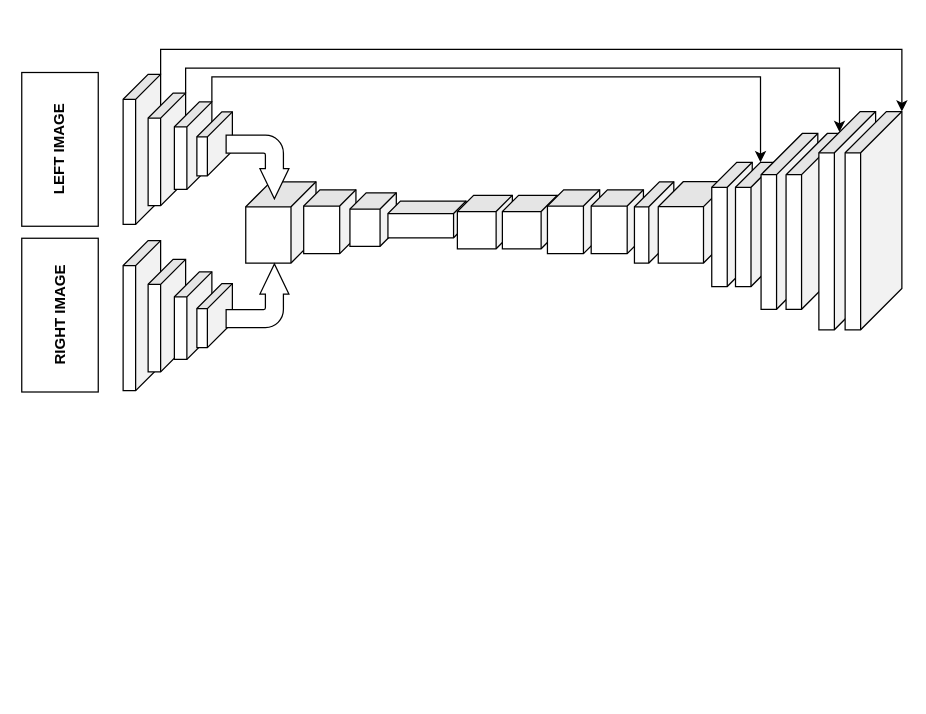
Earlier version of the draw.io diagram Untitled Diagram.drawio (APVGITHUB/stereo-fpga). Source tidied: cells renumbered, new cells numbered last; positions are measured from the earlier drawing's top-left corner, leaving out a move shared by most shapes. Both pictures are drawn from the tidied source at 125%, with x=0, y=0 at pixel (-18, 68).
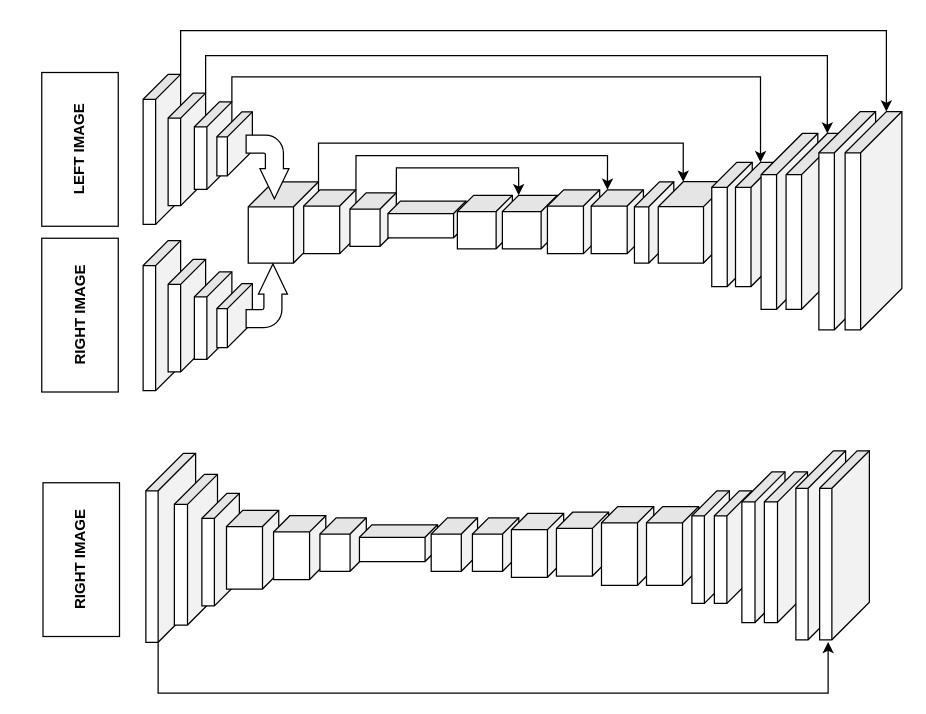
The same page after the edit.

Unchanged cells that the change refers to:
```xml
<mxCell id="18" style="shape=cube;whiteSpace=wrap;html=1;boundedLbl=1;backgroundOutline=1;darkOpacity=0.05;darkOpacity2=0.1;rotation=90;size=13;" parent="1" vertex="1">
  <mxGeometry x="251.8" y="102" width="51.1" height="41.8" as="geometry" />
</mxCell>
<mxCell id="19" style="shape=cube;whiteSpace=wrap;html=1;boundedLbl=1;backgroundOutline=1;darkOpacity=0.05;darkOpacity2=0.1;rotation=90;size=13;" parent="1" vertex="1">
  <mxGeometry x="290.6" y="102.6" width="42.8" height="37.1" as="geometry" />
</mxCell>
<mxCell id="22" style="shape=cube;whiteSpace=wrap;html=1;boundedLbl=1;backgroundOutline=1;darkOpacity=0.05;darkOpacity2=0.1;rotation=90;size=13;" parent="1" vertex="1">
  <mxGeometry x="416" y="101.1" width="42.8" height="44" as="geometry" />
</mxCell>
<mxCell id="24" style="shape=cube;whiteSpace=wrap;html=1;boundedLbl=1;backgroundOutline=1;darkOpacity=0.05;darkOpacity2=0.1;rotation=90;size=13;" parent="1" vertex="1">
  <mxGeometry x="481.8" y="102" width="51.1" height="41.8" as="geometry" />
</mxCell>
<mxCell id="26" style="shape=cube;whiteSpace=wrap;html=1;boundedLbl=1;backgroundOutline=1;darkOpacity=0.05;darkOpacity2=0.1;rotation=90;" parent="1" vertex="1">
  <mxGeometry x="535.7" y="95.3" width="65" height="56.2" as="geometry" />
</mxCell>
<mxCell id="28" style="shape=cube;whiteSpace=wrap;html=1;boundedLbl=1;backgroundOutline=1;darkOpacity=0.05;darkOpacity2=0.1;rotation=90;" parent="1" vertex="1">
  <mxGeometry x="568.4" y="108.8" width="99.4" height="32.4" as="geometry" />
</mxCell>
<mxCell id="30" style="shape=cube;whiteSpace=wrap;html=1;boundedLbl=1;backgroundOutline=1;darkOpacity=0.05;darkOpacity2=0.1;rotation=90;size=33;" parent="1" vertex="1">
  <mxGeometry x="594.7" y="99.9" width="140.7" height="45.4" as="geometry" />
</mxCell>
<mxCell id="31" style="shape=cube;whiteSpace=wrap;html=1;boundedLbl=1;backgroundOutline=1;darkOpacity=0.05;darkOpacity2=0.1;rotation=90;size=33;" parent="1" vertex="1">
  <mxGeometry x="604" y="99.3" width="174.6" height="45.4" as="geometry" />
</mxCell>
<mxCell id="32" style="shape=cube;whiteSpace=wrap;html=1;boundedLbl=1;backgroundOutline=1;darkOpacity=0.05;darkOpacity2=0.1;rotation=90;size=33;" parent="1" vertex="1">
  <mxGeometry x="625" y="99.3" width="174.6" height="45.4" as="geometry" />
</mxCell>
```

What changed in the source:
```diff
@@
-    <mxCell id="2" style="edgeStyle=orthogonalEdgeStyle;rounded=0;jettySize=auto;html=1;exitX=0;exitY=0;exitDx=0;exitDy=0;exitPerimeter=0;entryX=0;entryY=0;entryDx=0;entryDy=0;entryPerimeter=0;" parent="1" edge="1" source="3" target="32">
-      <mxGeometry relative="1" as="geometry" />
+    <mxCell id="2" style="edgeStyle=orthogonalEdgeStyle;rounded=0;jettySize=auto;html=1;exitX=0;exitY=0;exitDx=0;exitDy=0;exitPerimeter=0;entryX=0;entryY=0;entryDx=0;entryDy=12.399999999999999;entryPerimeter=0;" parent="1" edge="1" source="3" target="32">
+      <mxGeometry relative="1" as="geometry">
+        <Array as="points">
+          <mxPoint x="158" y="-30" />
+          <mxPoint x="723" y="-30" />
+        </Array>
+      </mxGeometry>
     </mxCell>
     <mxCell id="3" style="shape=cube;whiteSpace=wrap;html=1;boundedLbl=1;backgroundOutline=1;darkOpacity=0.05;darkOpacity2=0.1;rotation=90;" parent="1" vertex="1">
-      <mxGeometry x="67" y="50" width="120" height="30" as="geometry" />
+      <mxGeometry x="83" y="50" width="120" height="30" as="geometry" />
     </mxCell>
-    <mxCell id="4" style="edgeStyle=orthogonalEdgeStyle;rounded=0;jettySize=auto;html=1;exitX=0;exitY=0;exitDx=0;exitDy=0;exitPerimeter=0;entryX=0;entryY=0;entryDx=16.5;entryDy=28.9;entryPerimeter=0;" parent="1" edge="1" source="5" target="31">
+    <mxCell id="4" style="edgeStyle=orthogonalEdgeStyle;rounded=0;jettySize=auto;html=1;exitX=0;exitY=0;exitDx=0;exitDy=0;exitPerimeter=0;entryX=0;entryY=0;entryDx=0;entryDy=12.399999999999999;entryPerimeter=0;" parent="1" edge="1" source="5" target="30">
       <mxGeometry relative="1" as="geometry">
         <Array as="points">
-          <mxPoint x="162" />
-          <mxPoint x="685" />
+          <mxPoint x="178" y="-10" />
+          <mxPoint x="675" y="-10" />
         </Array>
       </mxGeometry>
     </mxCell>
     <mxCell id="5" style="shape=cube;whiteSpace=wrap;html=1;boundedLbl=1;backgroundOutline=1;darkOpacity=0.05;darkOpacity2=0.1;rotation=90;" parent="1" vertex="1">
-      <mxGeometry x="102" y="50" width="90" height="30" as="geometry" />
+      <mxGeometry x="118" y="50" width="90" height="30" as="geometry" />
     </mxCell>
     <mxCell id="6" style="edgeStyle=orthogonalEdgeStyle;rounded=0;jettySize=auto;html=1;exitX=0;exitY=0;exitDx=0;exitDy=0;exitPerimeter=0;entryX=0;entryY=0;entryDx=0;entryDy=12.369999999999997;entryPerimeter=0;" parent="1" edge="1" source="7" target="28">
-      <mxGeometry relative="1" as="geometry">
-        <Array as="points">
-          <mxPoint x="183" y="7" />
-          <mxPoint x="622" y="7" />
-        </Array>
-      </mxGeometry>
+      <mxGeometry relative="1" as="geometry" />
     </mxCell>
     <mxCell id="7" style="shape=cube;whiteSpace=wrap;html=1;boundedLbl=1;backgroundOutline=1;darkOpacity=0.05;darkOpacity2=0.1;rotation=90;" parent="1" vertex="1">
-      <mxGeometry x="133" y="47" width="70" height="30" as="geometry" />
+      <mxGeometry x="149" y="47" width="70" height="30" as="geometry" />
     </mxCell>
     <mxCell id="8" style="shape=cube;whiteSpace=wrap;html=1;boundedLbl=1;backgroundOutline=1;darkOpacity=0.05;darkOpacity2=0.1;rotation=90;" parent="1" vertex="1">
-      <mxGeometry x="67" y="183" width="120" height="30" as="geometry" />
+      <mxGeometry x="83" y="183" width="120" height="30" as="geometry" />
     </mxCell>
     <mxCell id="9" style="shape=cube;whiteSpace=wrap;html=1;boundedLbl=1;backgroundOutline=1;darkOpacity=0.05;darkOpacity2=0.1;rotation=90;" parent="1" vertex="1">
-      <mxGeometry x="102" y="183" width="90" height="30" as="geometry" />
+      <mxGeometry x="118" y="183" width="90" height="30" as="geometry" />
     </mxCell>
     <mxCell id="10" style="shape=cube;whiteSpace=wrap;html=1;boundedLbl=1;backgroundOutline=1;darkOpacity=0.05;darkOpacity2=0.1;rotation=90;" parent="1" vertex="1">
-      <mxGeometry x="133" y="183" width="70" height="30" as="geometry" />
+      <mxGeometry x="149" y="183" width="70" height="30" as="geometry" />
     </mxCell>
     <mxCell id="11" style="shape=cube;whiteSpace=wrap;html=1;boundedLbl=1;backgroundOutline=1;darkOpacity=0.05;darkOpacity2=0.1;rotation=90;" parent="1" vertex="1">
-      <mxGeometry x="159.6" y="46.4" width="51.2" height="28.4" as="geometry" />
+      <mxGeometry x="175.6" y="46.4" width="51.2" height="28.4" as="geometry" />
     </mxCell>
     <mxCell id="12" style="shape=cube;whiteSpace=wrap;html=1;boundedLbl=1;backgroundOutline=1;darkOpacity=0.05;darkOpacity2=0.1;rotation=90;" parent="1" vertex="1">
-      <mxGeometry x="159.6" y="183.8" width="51.2" height="28.4" as="geometry" />
+      <mxGeometry x="175.6" y="183.8" width="51.2" height="28.4" as="geometry" />
     </mxCell>
     <mxCell id="13" value="&lt;b&gt;LEFT IMAGE&lt;/b&gt;" style="rounded=0;whiteSpace=wrap;html=1;rotation=-90;" parent="1" vertex="1">
-      <mxGeometry y="34.4" width="123" height="61.2" as="geometry" />
+      <mxGeometry x="16" y="34.4" width="123" height="61.2" as="geometry" />
     </mxCell>
     <mxCell id="14" value="&lt;b&gt;RIGHT IMAGE&lt;/b&gt;" style="rounded=0;whiteSpace=wrap;html=1;rotation=-90;" parent="1" vertex="1">
-      <mxGeometry y="167" width="123" height="61.2" as="geometry" />
+      <mxGeometry x="16" y="167" width="123" height="61.2" as="geometry" />
     </mxCell>
+    <mxCell id="33" style="edgeStyle=orthogonalEdgeStyle;rounded=0;jettySize=auto;html=1;exitX=0;exitY=0;exitDx=0;exitDy=0;exitPerimeter=0;entryX=0;entryY=0;entryDx=0;entryDy=36.21;entryPerimeter=0;" parent="1" edge="1" source="15" target="26">
+      <mxGeometry relative="1" as="geometry">
+        <Array as="points">
+          <mxPoint x="268" y="60" />
+          <mxPoint x="560" y="60" />
+        </Array>
+      </mxGeometry>
+    </mxCell>
     <mxCell id="15" style="shape=cube;whiteSpace=wrap;html=1;boundedLbl=1;backgroundOutline=1;darkOpacity=0.05;darkOpacity2=0.1;rotation=90;" parent="1" vertex="1">
-      <mxGeometry x="205.7" y="95.3" width="65" height="56.2" as="geometry" />
+      <mxGeometry x="207.7" y="95.3" width="65" height="56.2" as="geometry" />
     </mxCell>
     <mxCell id="16" style="html=1;shadow=0;dashed=0;align=center;verticalAlign=middle;shape=mxgraph.arrows2.bendArrow;dy=7.21;dx=24.16;notch=0;arrowHead=23.15;rounded=1;rotation=90;" parent="1" vertex="1">
-      <mxGeometry x="194" y="54" width="51" height="50.2" as="geometry" />
+      <mxGeometry x="202" y="62" width="51" height="34.2" as="geometry" />
     </mxCell>
     <mxCell id="17" style="html=1;shadow=0;dashed=0;align=center;verticalAlign=middle;shape=mxgraph.arrows2.bendArrow;dy=7.21;dx=24.16;notch=0;arrowHead=23.15;rounded=1;rotation=-90;flipV=1;" parent="1" vertex="1">
-      <mxGeometry x="194" y="157" width="51" height="50.2" as="geometry" />
+      <mxGeometry x="201.4" y="165.6" width="51" height="33" as="geometry" />
     </mxCell>
+    <mxCell id="34" style="edgeStyle=orthogonalEdgeStyle;rounded=0;jettySize=auto;html=1;exitX=0;exitY=0;exitDx=0;exitDy=0;exitPerimeter=0;entryX=0;entryY=0;entryDx=0;entryDy=28.78;entryPerimeter=0;" parent="1" edge="1" source="18" target="24">
+      <mxGeometry relative="1" as="geometry">
+        <Array as="points">
+          <mxPoint x="298" y="70" />
+          <mxPoint x="500" y="70" />
+        </Array>
+      </mxGeometry>
+    </mxCell>
@@
+    <mxCell id="35" style="edgeStyle=orthogonalEdgeStyle;rounded=0;jettySize=auto;html=1;exitX=0;exitY=0;exitDx=0;exitDy=0;exitPerimeter=0;entryX=0;entryY=0;entryDx=0;entryDy=30.950000000000003;entryPerimeter=0;" parent="1" edge="1" source="19" target="22">
+      <mxGeometry relative="1" as="geometry" />
+    </mxCell>
@@
+    <mxCell id="36" style="edgeStyle=orthogonalEdgeStyle;rounded=0;jettySize=auto;html=1;exitX=0;exitY=0;exitDx=151.25;exitDy=30;exitPerimeter=0;" parent="1" edge="1" source="37">
+      <mxGeometry relative="1" as="geometry">
+        <mxPoint x="676" y="459" as="targetPoint" />
+        <Array as="points">
+          <mxPoint x="140" y="500" />
+          <mxPoint x="676" y="500" />
+        </Array>
+      </mxGeometry>
+    </mxCell>
+    <mxCell id="37" style="shape=cube;whiteSpace=wrap;html=1;boundedLbl=1;backgroundOutline=1;darkOpacity=0.05;darkOpacity2=0.1;rotation=90;size=30;" parent="1" vertex="1">
+      <mxGeometry x="74.5" y="363.8" width="151.2" height="39.8" as="geometry" />
+    </mxCell>
+    <mxCell id="38" style="shape=cube;whiteSpace=wrap;html=1;boundedLbl=1;backgroundOutline=1;darkOpacity=0.05;darkOpacity2=0.1;rotation=90;size=24;" parent="1" vertex="1">
+      <mxGeometry x="110" y="368" width="120.5" height="34.5" as="geometry" />
+    </mxCell>
+    <mxCell id="39" style="shape=cube;whiteSpace=wrap;html=1;boundedLbl=1;backgroundOutline=1;darkOpacity=0.05;darkOpacity2=0.1;rotation=90;" parent="1" vertex="1">
+      <mxGeometry x="145" y="370.2" width="90" height="30" as="geometry" />
+    </mxCell>
+    <mxCell id="40" style="shape=cube;whiteSpace=wrap;html=1;boundedLbl=1;backgroundOutline=1;darkOpacity=0.05;darkOpacity2=0.1;rotation=90;size=13;" parent="1" vertex="1">
+      <mxGeometry x="184.1" y="364.3" width="63" height="41.8" as="geometry" />
+    </mxCell>
+    <mxCell id="41" style="shape=cube;whiteSpace=wrap;html=1;boundedLbl=1;backgroundOutline=1;darkOpacity=0.05;darkOpacity2=0.1;rotation=90;size=13;" parent="1" vertex="1">
+      <mxGeometry x="227.7" y="362.7" width="51.1" height="41.8" as="geometry" />
+    </mxCell>
+    <mxCell id="42" style="shape=cube;whiteSpace=wrap;html=1;boundedLbl=1;backgroundOutline=1;darkOpacity=0.05;darkOpacity2=0.1;rotation=90;size=13;" parent="1" vertex="1">
+      <mxGeometry x="266.6" y="362.6" width="42.8" height="37.1" as="geometry" />
+    </mxCell>
+    <mxCell id="43" style="shape=cube;whiteSpace=wrap;html=1;boundedLbl=1;backgroundOutline=1;darkOpacity=0.05;darkOpacity2=0.1;rotation=90;size=10;" parent="1" vertex="1">
+      <mxGeometry x="317.6" y="348.8" width="29.4" height="62.5" as="geometry" />
+    </mxCell>
+    <mxCell id="44" value="&lt;b&gt;RIGHT IMAGE&lt;/b&gt;" style="rounded=0;whiteSpace=wrap;html=1;rotation=-90;" parent="1" vertex="1">
+      <mxGeometry x="17" y="362.6" width="123" height="61.2" as="geometry" />
+    </mxCell>
+    <mxCell id="45" style="shape=cube;whiteSpace=wrap;html=1;boundedLbl=1;backgroundOutline=1;darkOpacity=0.05;darkOpacity2=0.1;rotation=90;size=13;" parent="1" vertex="1">
+      <mxGeometry x="355.6" y="362.6" width="42.8" height="37.1" as="geometry" />
+    </mxCell>
+    <mxCell id="46" style="shape=cube;whiteSpace=wrap;html=1;boundedLbl=1;backgroundOutline=1;darkOpacity=0.05;darkOpacity2=0.1;rotation=90;size=13;" parent="1" vertex="1">
+      <mxGeometry x="388.6" y="362.6" width="42.8" height="37.1" as="geometry" />
+    </mxCell>
+    <mxCell id="47" style="shape=cube;whiteSpace=wrap;html=1;boundedLbl=1;backgroundOutline=1;darkOpacity=0.05;darkOpacity2=0.1;rotation=90;size=13;" parent="1" vertex="1">
+      <mxGeometry x="418" y="360.9" width="51.1" height="41.8" as="geometry" />
+    </mxCell>
+    <mxCell id="48" style="shape=cube;whiteSpace=wrap;html=1;boundedLbl=1;backgroundOutline=1;darkOpacity=0.05;darkOpacity2=0.1;rotation=90;size=13;" parent="1" vertex="1">
+      <mxGeometry x="454" y="359.9" width="51.1" height="41.8" as="geometry" />
+    </mxCell>
+    <mxCell id="49" style="shape=cube;whiteSpace=wrap;html=1;boundedLbl=1;backgroundOutline=1;darkOpacity=0.05;darkOpacity2=0.1;rotation=90;size=13;" parent="1" vertex="1">
+      <mxGeometry x="484.1" y="361.3" width="63" height="41.8" as="geometry" />
+    </mxCell>
+    <mxCell id="50" style="shape=cube;whiteSpace=wrap;html=1;boundedLbl=1;backgroundOutline=1;darkOpacity=0.05;darkOpacity2=0.1;rotation=90;size=13;" parent="1" vertex="1">
+      <mxGeometry x="520.1" y="361.3" width="63" height="41.8" as="geometry" />
+    </mxCell>
+    <mxCell id="51" style="shape=cube;whiteSpace=wrap;html=1;boundedLbl=1;backgroundOutline=1;darkOpacity=0.05;darkOpacity2=0.1;rotation=90;" parent="1" vertex="1">
+      <mxGeometry x="537" y="368.2" width="90" height="30" as="geometry" />
+    </mxCell>
+    <mxCell id="52" style="shape=cube;whiteSpace=wrap;html=1;boundedLbl=1;backgroundOutline=1;darkOpacity=0.05;darkOpacity2=0.1;rotation=90;" parent="1" vertex="1">
+      <mxGeometry x="555" y="368.2" width="90" height="30" as="geometry" />
+    </mxCell>
+    <mxCell id="53" style="shape=cube;whiteSpace=wrap;html=1;boundedLbl=1;backgroundOutline=1;darkOpacity=0.05;darkOpacity2=0.1;rotation=90;size=24;" parent="1" vertex="1">
+      <mxGeometry x="564" y="366" width="120.5" height="34.5" as="geometry" />
+    </mxCell>
+    <mxCell id="54" style="shape=cube;whiteSpace=wrap;html=1;boundedLbl=1;backgroundOutline=1;darkOpacity=0.05;darkOpacity2=0.1;rotation=90;size=24;" parent="1" vertex="1">
+      <mxGeometry x="582" y="366" width="120.5" height="34.5" as="geometry" />
+    </mxCell>
+    <mxCell id="55" style="shape=cube;whiteSpace=wrap;html=1;boundedLbl=1;backgroundOutline=1;darkOpacity=0.05;darkOpacity2=0.1;rotation=90;size=30;" parent="1" vertex="1">
+      <mxGeometry x="594.5" y="361.8" width="151.2" height="39.8" as="geometry" />
+    </mxCell>
+    <mxCell id="56" style="shape=cube;whiteSpace=wrap;html=1;boundedLbl=1;backgroundOutline=1;darkOpacity=0.05;darkOpacity2=0.1;rotation=90;size=30;" parent="1" vertex="1">
+      <mxGeometry x="613.5" y="361.8" width="151.2" height="39.8" as="geometry" />
+    </mxCell>
```
